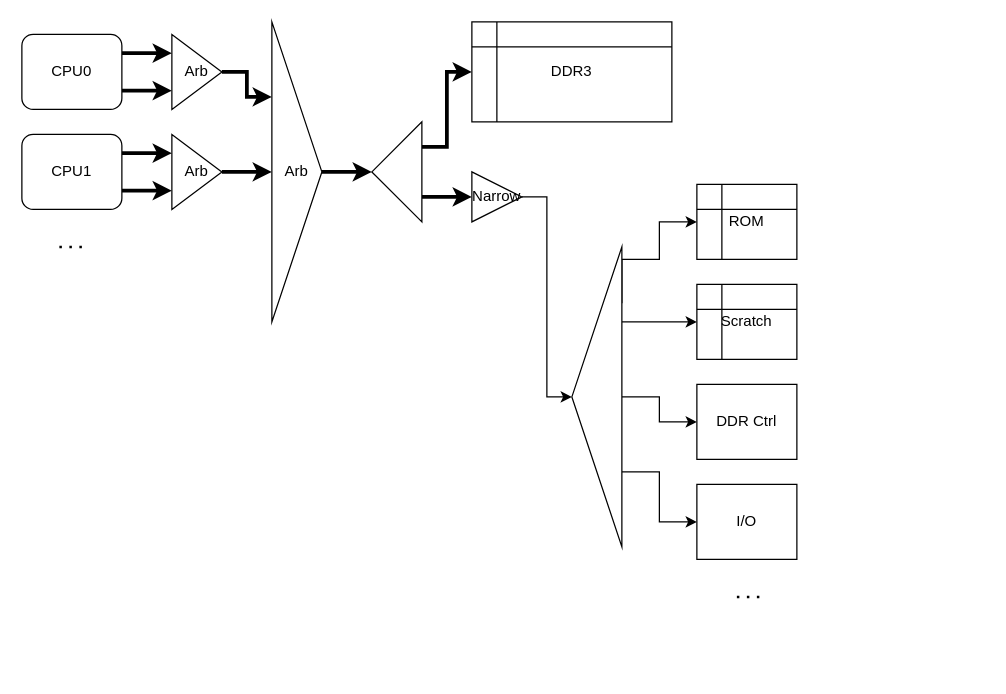
Earlier version of the draw.io diagram design/bus_layout.drawio (LithosphereRocketry/mollusc-arch). Source tidied: cells renumbered, new cells numbered last; positions are measured from the earlier drawing's top-left corner, leaving out a move shared by most shapes. Both pictures are drawn from the tidied source at 125%, with x=0, y=0 at pixel (21, 21).
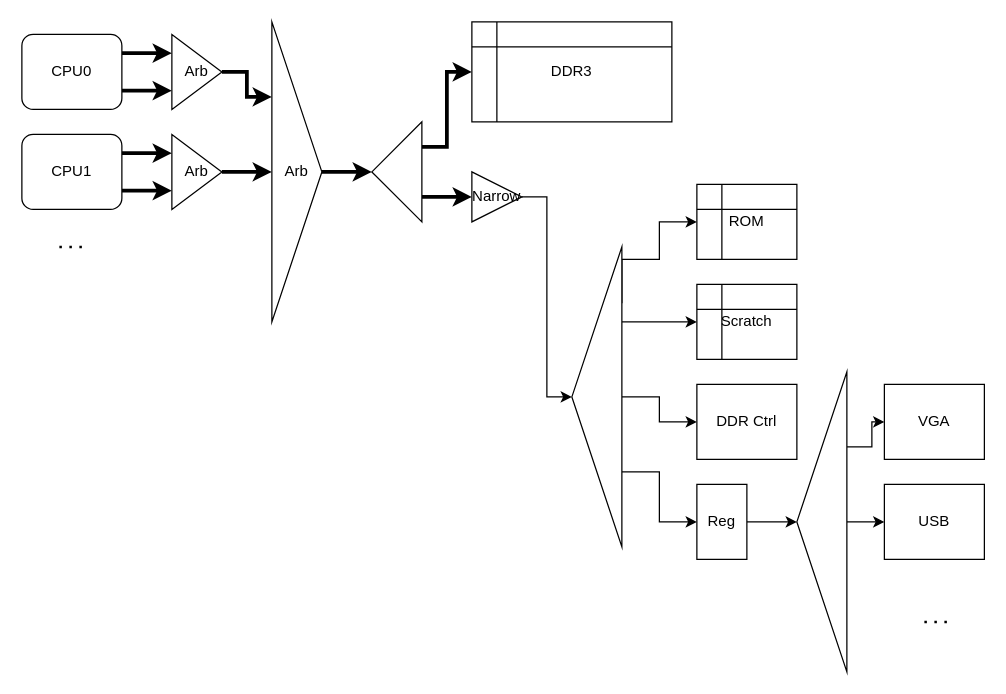
Above is the later version.

Commit message (it also covers changes not shown here):
Finally fixed reset bug; also, new registered bus layout

The change refers to these unchanged cells:
```xml
<mxCell id="20" value="Narrow" style="triangle;whiteSpace=wrap;html=1;" parent="1" vertex="1">
  <mxGeometry x="360" y="120" width="40" height="40" as="geometry" />
</mxCell>
<mxCell id="26" style="triangle;whiteSpace=wrap;html=1;rotation=-180;" parent="1" vertex="1">
  <mxGeometry x="440" y="180" width="40" height="240" as="geometry" />
</mxCell>
```

The edit, as a diff of the source:
```diff
@@
     <mxCell id="19" style="edgeStyle=orthogonalEdgeStyle;rounded=0;jettySize=auto;html=1;entryX=1;entryY=0.5;entryDx=0;entryDy=0;" parent="1" edge="1" source="20" target="26">
-      <mxGeometry relative="1" as="geometry" />
+      <mxGeometry relative="1" as="geometry">
+        <Array as="points">
+          <mxPoint x="420" y="140" />
+          <mxPoint x="420" y="300" />
+        </Array>
+      </mxGeometry>
     </mxCell>
@@
-    <mxCell id="25" style="edgeStyle=orthogonalEdgeStyle;rounded=0;jettySize=auto;html=1;exitX=0;exitY=0.25;exitDx=0;exitDy=0;entryX=0;entryY=0.5;entryDx=0;entryDy=0;" parent="1" edge="1" source="26" target="29">
-      <mxGeometry relative="1" as="geometry" />
-    </mxCell>
+    <mxCell id="31" style="edgeStyle=orthogonalEdgeStyle;rounded=0;jettySize=auto;html=1;exitX=0;exitY=0.25;exitDx=0;exitDy=0;entryX=0;entryY=0.5;entryDx=0;entryDy=0;" parent="1" edge="1" source="26" target="33">
+      <mxGeometry relative="1" as="geometry" />
+    </mxCell>
@@
-    <mxCell id="29" value="I/O" style="rounded=0;whiteSpace=wrap;html=1;" parent="1" vertex="1">
-      <mxGeometry x="540" y="370" width="80" height="60" as="geometry" />
+    <mxCell id="29" value="VGA" style="rounded=0;whiteSpace=wrap;html=1;" parent="1" vertex="1">
+      <mxGeometry x="690" y="290" width="80" height="60" as="geometry" />
     </mxCell>
     <mxCell id="30" style="endArrow=none;dashed=1;html=1;dashPattern=1 3;strokeWidth=2;rounded=0;" parent="1" edge="1">
       <mxGeometry relative="1" as="geometry">
-        <mxPoint x="590" y="460" as="sourcePoint" />
-        <mxPoint x="570" y="460" as="targetPoint" />
+        <mxPoint x="740" y="480" as="sourcePoint" />
+        <mxPoint x="720" y="480" as="targetPoint" />
+        <Array as="points">
+          <mxPoint x="730" y="480" />
+        </Array>
       </mxGeometry>
     </mxCell>
+    <mxCell id="32" style="edgeStyle=orthogonalEdgeStyle;rounded=0;jettySize=auto;html=1;entryX=1;entryY=0.5;entryDx=0;entryDy=0;" parent="1" edge="1" source="33" target="36">
+      <mxGeometry relative="1" as="geometry" />
+    </mxCell>
+    <mxCell id="33" value="Reg" style="rounded=0;whiteSpace=wrap;html=1;" parent="1" vertex="1">
+      <mxGeometry x="540" y="370" width="40" height="60" as="geometry" />
+    </mxCell>
+    <mxCell id="34" style="edgeStyle=orthogonalEdgeStyle;rounded=0;jettySize=auto;html=1;exitX=0;exitY=0.75;exitDx=0;exitDy=0;entryX=0;entryY=0.5;entryDx=0;entryDy=0;" parent="1" edge="1" source="36" target="29">
+      <mxGeometry relative="1" as="geometry">
+        <Array as="points">
+          <mxPoint x="680" y="340" />
+          <mxPoint x="680" y="320" />
+        </Array>
+      </mxGeometry>
+    </mxCell>
+    <mxCell id="35" style="edgeStyle=orthogonalEdgeStyle;rounded=0;jettySize=auto;html=1;entryX=0;entryY=0.5;entryDx=0;entryDy=0;" parent="1" edge="1" source="36" target="37">
+      <mxGeometry relative="1" as="geometry" />
+    </mxCell>
+    <mxCell id="36" style="triangle;whiteSpace=wrap;html=1;rotation=-180;" parent="1" vertex="1">
+      <mxGeometry x="620" y="280" width="40" height="240" as="geometry" />
+    </mxCell>
+    <mxCell id="37" value="USB" style="rounded=0;whiteSpace=wrap;html=1;" parent="1" vertex="1">
+      <mxGeometry x="690" y="370" width="80" height="60" as="geometry" />
+    </mxCell>
```
